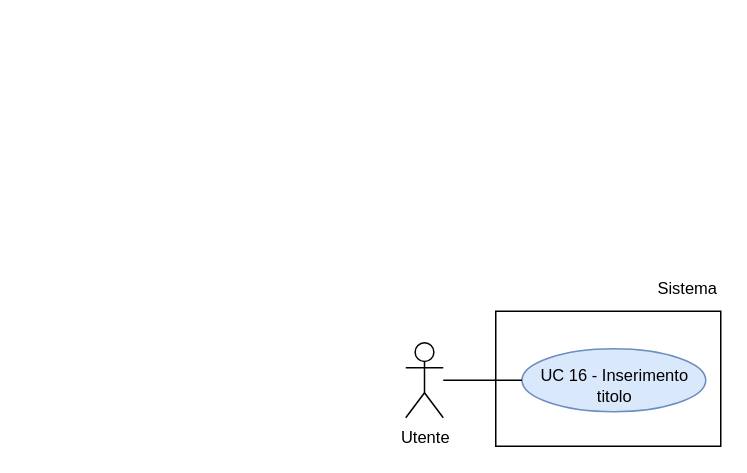
thebitless-group-swe/thebitless.github.io keeps this draw.io diagram as RTB/doc_esterna/analisi-dei-requisiti/assets/draw.io/UC16.drawio. Above is the earlier version. Source tidied: cells renumbered, new cells numbered last; positions are measured from the earlier drawing's top-left corner, leaving out a move shared by most shapes. Both pictures are drawn from the tidied source at 150%, with x=0, y=0 at pixel (405, 266).
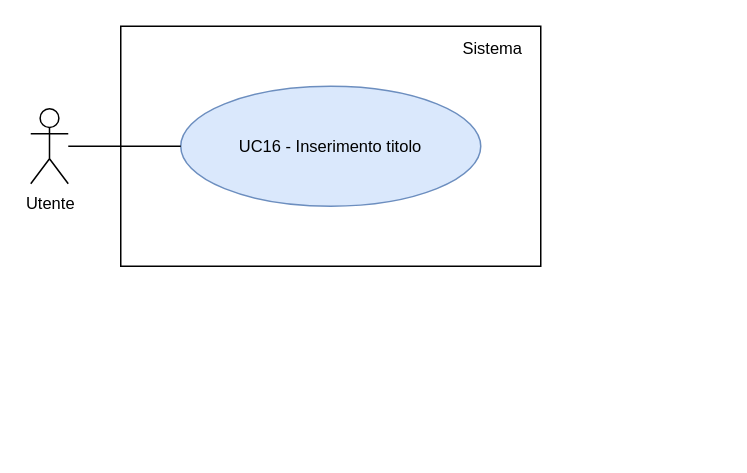
The same page after the edit.

What changed in the source:
```diff
@@
 <mxGraphModel>
   <root>
     <mxCell id="0" />
     <mxCell id="1" parent="0" />
     <mxCell id="2" value="Utente" style="shape=umlActor;verticalLabelPosition=bottom;verticalAlign=top;html=1;outlineConnect=0;fontSize=11;" parent="1" vertex="1">
-      <mxGeometry y="51" width="25" height="50" as="geometry" />
+      <mxGeometry x="-250" y="-105" width="25" height="50" as="geometry" />
     </mxCell>
-    <mxCell id="3" style="rounded=0;whiteSpace=wrap;html=1;strokeWidth=1;" parent="1" vertex="1">
-      <mxGeometry x="60" y="30" width="150" height="90" as="geometry" />
-    </mxCell>
+    <mxCell id="8" style="rounded=0;whiteSpace=wrap;html=1;strokeWidth=1;" parent="1" vertex="1">
+      <mxGeometry x="-190" y="-160" width="280" height="160" as="geometry" />
+    </mxCell>
     <mxCell id="4" value="Sistema" style="text;html=1;whiteSpace=wrap;strokeColor=none;fillColor=none;align=right;verticalAlign=middle;fontSize=11;" parent="1" vertex="1">
-      <mxGeometry x="150" width="60" height="30" as="geometry" />
+      <mxGeometry x="10" y="-155" width="70" height="20" as="geometry" />
     </mxCell>
-    <mxCell id="5" value="&lt;div&gt;UC 16 - Inserimento titolo&lt;/div&gt;" style="ellipse;whiteSpace=wrap;html=1;fillColor=#dae8fc;strokeColor=#6c8ebf;fontSize=11;convertToSvg=1;svgWhiteSpace=wrap;labelBorderColor=none;labelBackgroundColor=none;spacingBottom=-8;" parent="1" vertex="1">
-      <mxGeometry x="77.5" y="55" width="122.5" height="42" as="geometry" />
-    </mxCell>
-    <mxCell id="6" style="edgeStyle=none;rounded=0;jettySize=auto;html=1;endArrow=none;endFill=0;" parent="1" edge="1" source="2" target="5">
-      <mxGeometry relative="1" as="geometry" />
-    </mxCell>
-    <mxCell id="7" style="edgeStyle=orthogonalEdgeStyle;rounded=0;orthogonalLoop=1;jettySize=auto;html=1;exitX=0.5;exitY=1;exitDx=0;exitDy=0;" parent="1" edge="1" source="4" target="4">
-      <mxGeometry relative="1" as="geometry" />
-    </mxCell>
+    <mxCell id="9" value="UC16 - Inserimento titolo" style="ellipse;whiteSpace=wrap;html=1;fillColor=#dae8fc;strokeColor=#6c8ebf;fontSize=11;" parent="1" vertex="1">
+      <mxGeometry x="-150" y="-120" width="200" height="80" as="geometry" />
+    </mxCell>
+    <mxCell id="10" style="edgeStyle=none;rounded=0;jettySize=auto;html=1;endArrow=none;endFill=0;" parent="1" edge="1" source="2" target="9">
+      <mxGeometry relative="1" as="geometry" />
+    </mxCell>
   </root>
 </mxGraphModel>
```
